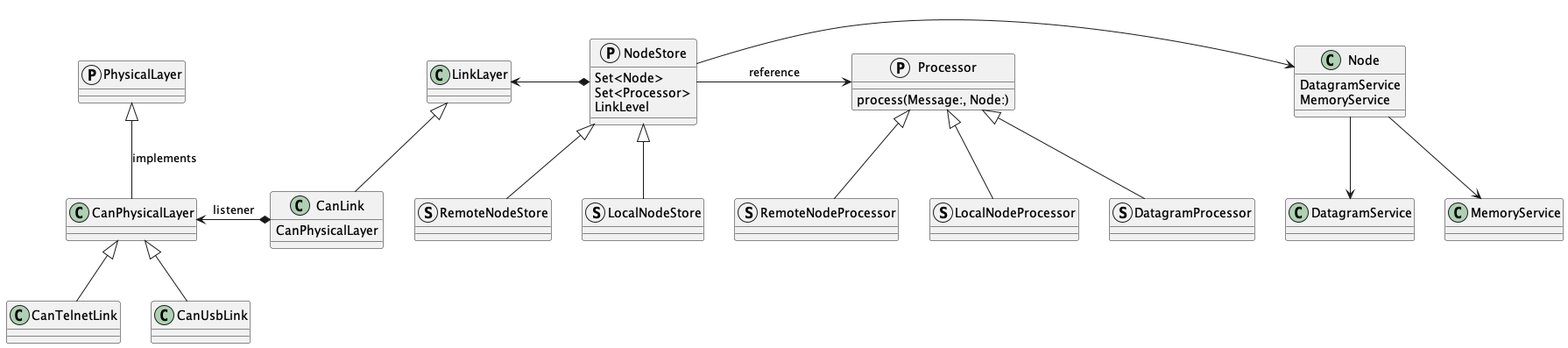
Before: Sources/OpenlcbLibrary/Documentation.docc/Classes.png, a diagram exported from PlantUML (bobjacobsen/OpenlcbLibrary).
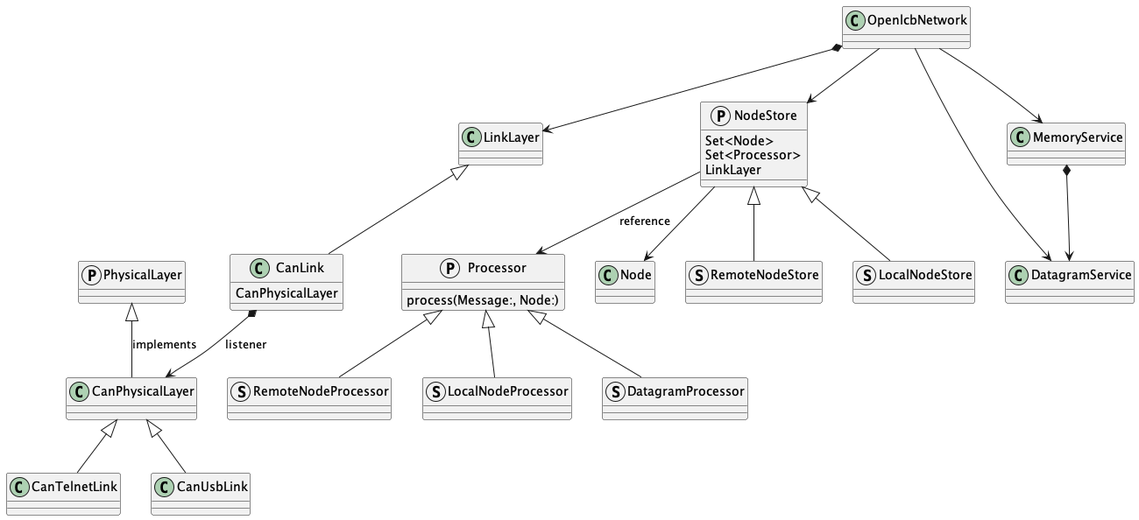
Later version of the same file.

Commit message:
update to current structure

What changed in the source:
```diff
@@ -8,7 +8,7 @@
 class LinkLayer
 LinkLayer <|-- CanLink
 
-CanLink *-l-> CanPhysicalLayer : listener
+CanLink *--> CanPhysicalLayer : listener
 CanLink : CanPhysicalLayer
 
 protocol Processor
@@ -22,28 +22,29 @@
 Processor <|-- DatagramProcessor
 
 class Node
-Node : DatagramService
-Node : MemoryService
 
 protocol NodeStore
 NodeStore : Set<Node>
 NodeStore : Set<Processor>
-NodeStore : LinkLevel
+NodeStore : LinkLayer
 
 struct RemoteNodeStore
 NodeStore <|-- RemoteNodeStore
 struct LocalNodeStore
 NodeStore <|-- LocalNodeStore
 
-
-Node --> DatagramService
-Node --> MemoryService
-
 class DatagramService
 class MemoryService
 
-NodeStore *-l-> LinkLayer
-NodeStore -r-> Node
-NodeStore -r-> Processor : reference
+NodeStore --> Node
+NodeStore --> Processor : reference
+
+class OpenlcbNetwork
+OpenlcbNetwork *--> LinkLayer
+OpenlcbNetwork --> NodeStore
+OpenlcbNetwork --> DatagramService
+OpenlcbNetwork --> MemoryService
+
+MemoryService *-->  DatagramService
 
 @enduml
```
